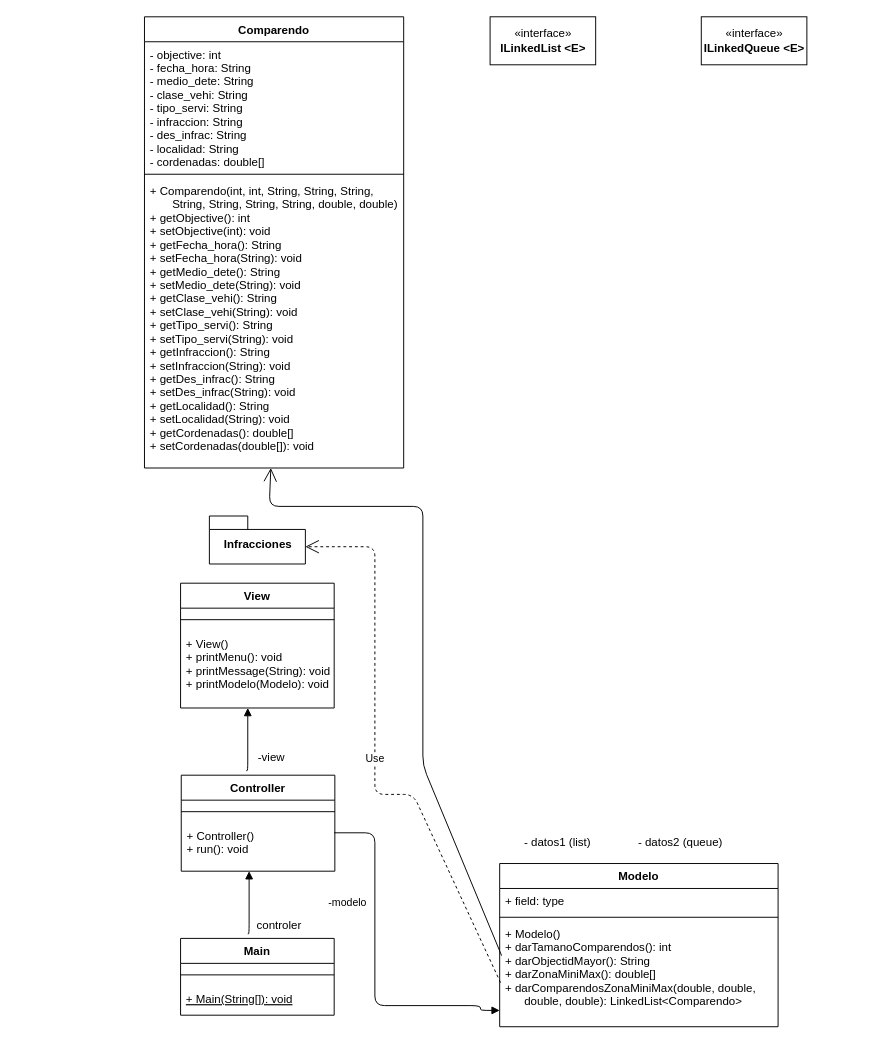
ppastram/Proyecto1_202010_sec4_team5 keeps this draw.io diagram as docs/Untitled Diagram.drawio. Above is the earlier version. Source tidied: cells renumbered, new cells numbered last; positions are measured from the earlier drawing's top-left corner, leaving out a move shared by most shapes. Both pictures are drawn from the tidied source at 96%, with x=0, y=0 at pixel (144, 16).
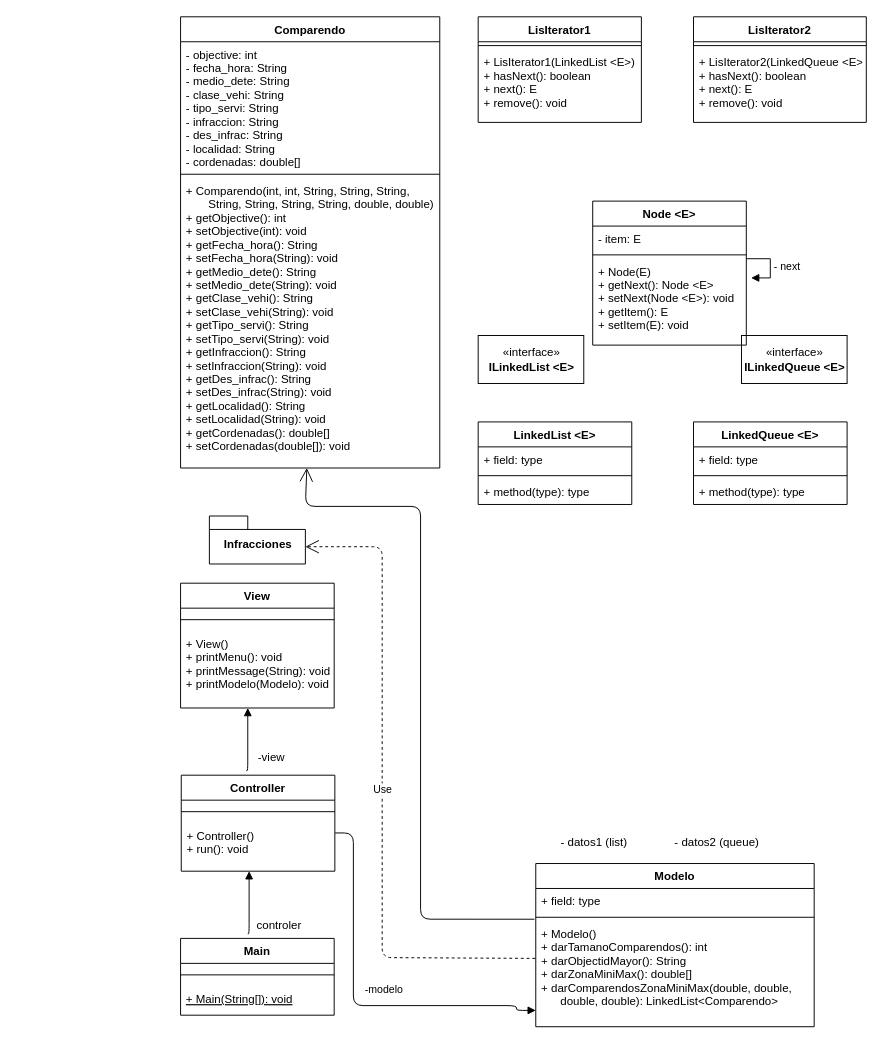
The same diagram, later.

The change refers to these unchanged cells:
```xml
<mxCell id="4" value="+ Controller()&#10;+ run(): void" style="text;strokeColor=none;fillColor=none;align=left;verticalAlign=top;spacingLeft=4;spacingRight=4;overflow=hidden;points=[[0,0.5],[1,0.5]];portConstraint=eastwest;" parent="2" vertex="1">
  <mxGeometry y="50" width="160" height="50" as="geometry" />
</mxCell>
<mxCell id="25" value="+ Modelo()&#10;+ darTamanoComparendos(): int&#10;+ darObjectidMayor(): String&#10;+ darZonaMiniMax(): double[]&#10;+ darComparendosZonaMiniMax(double, double, &#10;      double, double): LinkedList&lt;Comparendo&gt;" style="text;strokeColor=none;fillColor=none;align=left;verticalAlign=top;spacingLeft=4;spacingRight=4;overflow=hidden;points=[[0,0.5],[1,0.5]];portConstraint=eastwest;" parent="22" vertex="1">
  <mxGeometry y="60" width="290" height="110" as="geometry" />
</mxCell>
<mxCell id="29" value="Infracciones" style="shape=folder;fontStyle=1;spacingTop=10;tabWidth=40;tabHeight=14;tabPosition=left;html=1;" parent="1" vertex="1">
  <mxGeometry x="67.6" y="520" width="100" height="50" as="geometry" />
</mxCell>
```

What changed in the source:
```diff
@@
-    <mxCell id="5" value="-modelo" style="endArrow=block;endFill=1;html=1;edgeStyle=orthogonalEdgeStyle;align=left;verticalAlign=top;" parent="1" edge="1">
-      <mxGeometry x="-0.43" y="-50" relative="1" as="geometry">
-        <mxPoint x="197.6" y="850" as="sourcePoint" />
-        <mxPoint x="370" y="1035" as="targetPoint" />
+    <mxCell id="5" value="-modelo" style="endArrow=block;endFill=1;html=1;edgeStyle=orthogonalEdgeStyle;align=left;verticalAlign=top;exitX=1.002;exitY=0.203;exitDx=0;exitDy=0;exitPerimeter=0;" parent="1" edge="1" source="4">
+      <mxGeometry x="-0.14" y="10" relative="1" as="geometry">
+        <mxPoint x="407.6" y="1035" as="targetPoint" />
         <Array as="points">
-          <mxPoint x="240" y="850" />
-          <mxPoint x="240" y="1030" />
-          <mxPoint x="350" y="1030" />
-          <mxPoint x="350" y="1035" />
+          <mxPoint x="217.6" y="850" />
+          <mxPoint x="217.6" y="1030" />
+          <mxPoint x="387.6" y="1030" />
+          <mxPoint x="387.6" y="1035" />
         </Array>
       </mxGeometry>
     </mxCell>
@@
     <mxCell id="22" value="Modelo" style="swimlane;fontStyle=1;align=center;verticalAlign=top;horizontal=1;startSize=26;" parent="1" vertex="1">
-      <mxGeometry x="370" y="882" width="290" height="170" as="geometry" />
+      <mxGeometry x="407.6" y="882" width="290" height="170" as="geometry" />
     </mxCell>
@@
     <mxCell id="26" value="- datos1 (list)" style="text;html=1;align=center;verticalAlign=middle;" parent="1" vertex="1">
-      <mxGeometry x="390" y="850" width="80" height="20" as="geometry" />
+      <mxGeometry x="427.6" y="850" width="80" height="20" as="geometry" />
     </mxCell>
     <mxCell id="27" value="- datos2 (queue)" style="text;html=1;align=center;verticalAlign=middle;" parent="1" vertex="1">
-      <mxGeometry x="508" y="850" width="100" height="20" as="geometry" />
+      <mxGeometry x="545.6" y="850" width="100" height="20" as="geometry" />
     </mxCell>
-    <mxCell id="28" value="Use" style="endArrow=open;endSize=12;dashed=1;html=1;exitX=0.003;exitY=0.582;exitDx=0;exitDy=0;exitPerimeter=0;entryX=0;entryY=0;entryDx=100;entryDy=32;entryPerimeter=0;" parent="1" edge="1" source="25" target="29">
+    <mxCell id="28" value="Use" style="endArrow=open;endSize=12;dashed=1;html=1;exitX=-0.002;exitY=0.353;exitDx=0;exitDy=0;exitPerimeter=0;entryX=0;entryY=0;entryDx=100;entryDy=32;entryPerimeter=0;" parent="1" edge="1" source="25" target="29">
       <mxGeometry relative="1" as="geometry">
         <Array as="points">
-          <mxPoint x="280" y="810" />
-          <mxPoint x="240" y="810" />
-          <mxPoint x="240" y="552" />
+          <mxPoint x="247.6" y="980" />
+          <mxPoint x="247.6" y="810" />
+          <mxPoint x="247.6" y="552" />
         </Array>
       </mxGeometry>
     </mxCell>
@@
-    <mxCell id="30" style="endArrow=open;endFill=1;endSize=12;html=1;exitX=0.007;exitY=0.327;exitDx=0;exitDy=0;exitPerimeter=0;" parent="1" edge="1" source="25">
+    <mxCell id="30" style="endArrow=open;endFill=1;endSize=12;html=1;exitX=-0.005;exitY=-0.018;exitDx=0;exitDy=0;exitPerimeter=0;" parent="1" edge="1" source="25">
       <mxGeometry relative="1" as="geometry">
-        <mxPoint x="131.6" y="470" as="targetPoint" />
+        <mxPoint x="169.1" y="470" as="targetPoint" />
         <Array as="points">
-          <mxPoint x="290" y="780" />
-          <mxPoint x="290" y="510" />
-          <mxPoint x="130" y="510" />
+          <mxPoint x="287.6" y="940" />
+          <mxPoint x="287.6" y="510" />
+          <mxPoint x="167.6" y="510" />
         </Array>
       </mxGeometry>
     </mxCell>
     <mxCell id="31" value="Comparendo&#10;" style="swimlane;fontStyle=1;align=center;verticalAlign=top;horizontal=1;startSize=26;" parent="1" vertex="1">
-      <mxGeometry width="270" height="470" as="geometry" />
+      <mxGeometry x="37.6" width="270" height="470" as="geometry" />
     </mxCell>
@@
     <mxCell id="35" value="«interface»&lt;br&gt;&lt;b&gt;ILinkedList &amp;lt;E&amp;gt;&lt;/b&gt;" style="html=1;" parent="1" vertex="1">
-      <mxGeometry x="360" width="110" height="50" as="geometry" />
+      <mxGeometry x="347.6" y="332" width="110" height="50" as="geometry" />
     </mxCell>
@@
     <mxCell id="38" value="«interface»&lt;br&gt;&lt;b&gt;ILinkedQueue &amp;lt;E&amp;gt;&lt;/b&gt;" style="html=1;" parent="1" vertex="1">
-      <mxGeometry x="580" width="110" height="50" as="geometry" />
+      <mxGeometry x="621.9" y="332" width="110" height="50" as="geometry" />
     </mxCell>
+    <mxCell id="39" value="LinkedList &lt;E&gt;" style="swimlane;fontStyle=1;align=center;verticalAlign=top;horizontal=1;startSize=26;" parent="1" vertex="1">
+      <mxGeometry x="347.6" y="422" width="160" height="86" as="geometry" />
+    </mxCell>
+    <mxCell id="40" value="+ field: type" style="text;strokeColor=none;fillColor=none;align=left;verticalAlign=top;spacingLeft=4;spacingRight=4;overflow=hidden;" parent="39" vertex="1">
+      <mxGeometry y="26" width="160" height="26" as="geometry" />
+    </mxCell>
+    <mxCell id="41" style="line;strokeWidth=1;fillColor=none;align=left;verticalAlign=middle;spacingTop=-1;spacingLeft=3;spacingRight=3;labelPosition=right;" parent="39" vertex="1">
+      <mxGeometry y="52" width="160" height="8" as="geometry" />
+    </mxCell>
+    <mxCell id="42" value="+ method(type): type" style="text;strokeColor=none;fillColor=none;align=left;verticalAlign=top;spacingLeft=4;spacingRight=4;overflow=hidden;" parent="39" vertex="1">
+      <mxGeometry y="60" width="160" height="26" as="geometry" />
+    </mxCell>
+    <mxCell id="43" value="LinkedQueue &lt;E&gt;" style="swimlane;fontStyle=1;align=center;verticalAlign=top;horizontal=1;startSize=26;" parent="1" vertex="1">
+      <mxGeometry x="571.9" y="422" width="160" height="86" as="geometry" />
+    </mxCell>
+    <mxCell id="44" value="+ field: type" style="text;strokeColor=none;fillColor=none;align=left;verticalAlign=top;spacingLeft=4;spacingRight=4;overflow=hidden;" parent="43" vertex="1">
+      <mxGeometry y="26" width="160" height="26" as="geometry" />
+    </mxCell>
+    <mxCell id="45" style="line;strokeWidth=1;fillColor=none;align=left;verticalAlign=middle;spacingTop=-1;spacingLeft=3;spacingRight=3;labelPosition=right;" parent="43" vertex="1">
+      <mxGeometry y="52" width="160" height="8" as="geometry" />
+    </mxCell>
+    <mxCell id="46" value="+ method(type): type" style="text;strokeColor=none;fillColor=none;align=left;verticalAlign=top;spacingLeft=4;spacingRight=4;overflow=hidden;" parent="43" vertex="1">
+      <mxGeometry y="60" width="160" height="26" as="geometry" />
+    </mxCell>
+    <mxCell id="47" value="Node &lt;E&gt;" style="swimlane;fontStyle=1;align=center;verticalAlign=top;horizontal=1;startSize=26;" parent="1" vertex="1">
+      <mxGeometry x="466.9" y="192" width="160" height="150" as="geometry" />
+    </mxCell>
+    <mxCell id="48" value="- item: E" style="text;strokeColor=none;fillColor=none;align=left;verticalAlign=top;spacingLeft=4;spacingRight=4;overflow=hidden;" parent="47" vertex="1">
+      <mxGeometry y="26" width="160" height="26" as="geometry" />
+    </mxCell>
+    <mxCell id="49" style="line;strokeWidth=1;fillColor=none;align=left;verticalAlign=middle;spacingTop=-1;spacingLeft=3;spacingRight=3;labelPosition=right;" parent="47" vertex="1">
+      <mxGeometry y="52" width="160" height="8" as="geometry" />
+    </mxCell>
+    <mxCell id="50" value="+ Node(E)&#10;+ getNext(): Node &lt;E&gt;&#10;+ setNext(Node &lt;E&gt;): void&#10;+ getItem(): E&#10;+ setItem(E): void" style="text;strokeColor=none;fillColor=none;align=left;verticalAlign=top;spacingLeft=4;spacingRight=4;overflow=hidden;" parent="47" vertex="1">
+      <mxGeometry y="60" width="160" height="90" as="geometry" />
+    </mxCell>
+    <mxCell id="51" value="LisIterator1" style="swimlane;fontStyle=1;align=center;verticalAlign=top;horizontal=1;startSize=26;" parent="1" vertex="1">
+      <mxGeometry x="347.6" width="170" height="110" as="geometry" />
+    </mxCell>
+    <mxCell id="52" style="line;strokeWidth=1;fillColor=none;align=left;verticalAlign=middle;spacingTop=-1;spacingLeft=3;spacingRight=3;labelPosition=right;" parent="51" vertex="1">
+      <mxGeometry y="26" width="170" height="8" as="geometry" />
+    </mxCell>
+    <mxCell id="53" value="+ LisIterator1(LinkedList &lt;E&gt;)&#10;+ hasNext(): boolean&#10;+ next(): E&#10;+ remove(): void" style="text;strokeColor=none;fillColor=none;align=left;verticalAlign=top;spacingLeft=4;spacingRight=4;overflow=hidden;" parent="51" vertex="1">
+      <mxGeometry y="34" width="170" height="76" as="geometry" />
+    </mxCell>
+    <mxCell id="54" value="LisIterator2" style="swimlane;fontStyle=1;align=center;verticalAlign=top;horizontal=1;startSize=26;" parent="1" vertex="1">
+      <mxGeometry x="571.9" width="180" height="110" as="geometry" />
+    </mxCell>
+    <mxCell id="55" style="line;strokeWidth=1;fillColor=none;align=left;verticalAlign=middle;spacingTop=-1;spacingLeft=3;spacingRight=3;labelPosition=right;" parent="54" vertex="1">
+      <mxGeometry y="26" width="180" height="8" as="geometry" />
+    </mxCell>
+    <mxCell id="56" value="+ LisIterator2(LinkedQueue &lt;E&gt;)&#10;+ hasNext(): boolean&#10;+ next(): E&#10;+ remove(): void" style="text;strokeColor=none;fillColor=none;align=left;verticalAlign=top;spacingLeft=4;spacingRight=4;overflow=hidden;" parent="54" vertex="1">
+      <mxGeometry y="34" width="180" height="76" as="geometry" />
+    </mxCell>
+    <mxCell id="57" value="- next" style="edgeStyle=orthogonalEdgeStyle;html=1;align=left;spacingLeft=2;endArrow=block;rounded=0;entryX=1;entryY=0;" parent="1" edge="1">
+      <mxGeometry relative="1" as="geometry">
+        <mxPoint x="626.9" y="252" as="sourcePoint" />
+        <mxPoint x="631.9" y="272" as="targetPoint" />
+        <Array as="points">
+          <mxPoint x="651.9" y="252" />
+        </Array>
+      </mxGeometry>
+    </mxCell>
```
